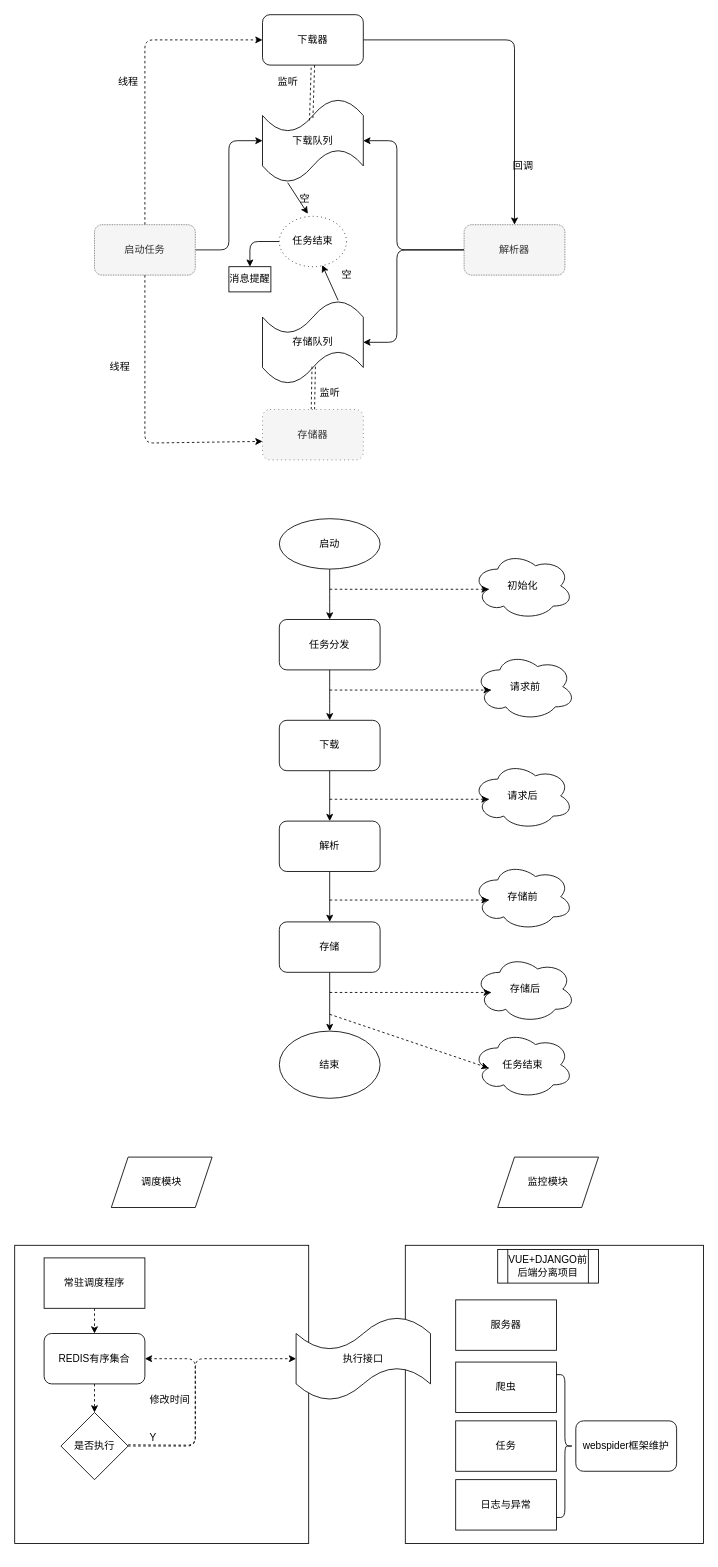
This is main.dio from python-spider-wsc/webspier, a draw.io file, before an edit. Source tidied: cells renumbered, new cells numbered last; positions are measured from the earlier drawing's top-left corner, leaving out a move shared by most shapes. Both pictures are drawn from the tidied source at 84%, with x=0, y=0 at pixel (14, 14).
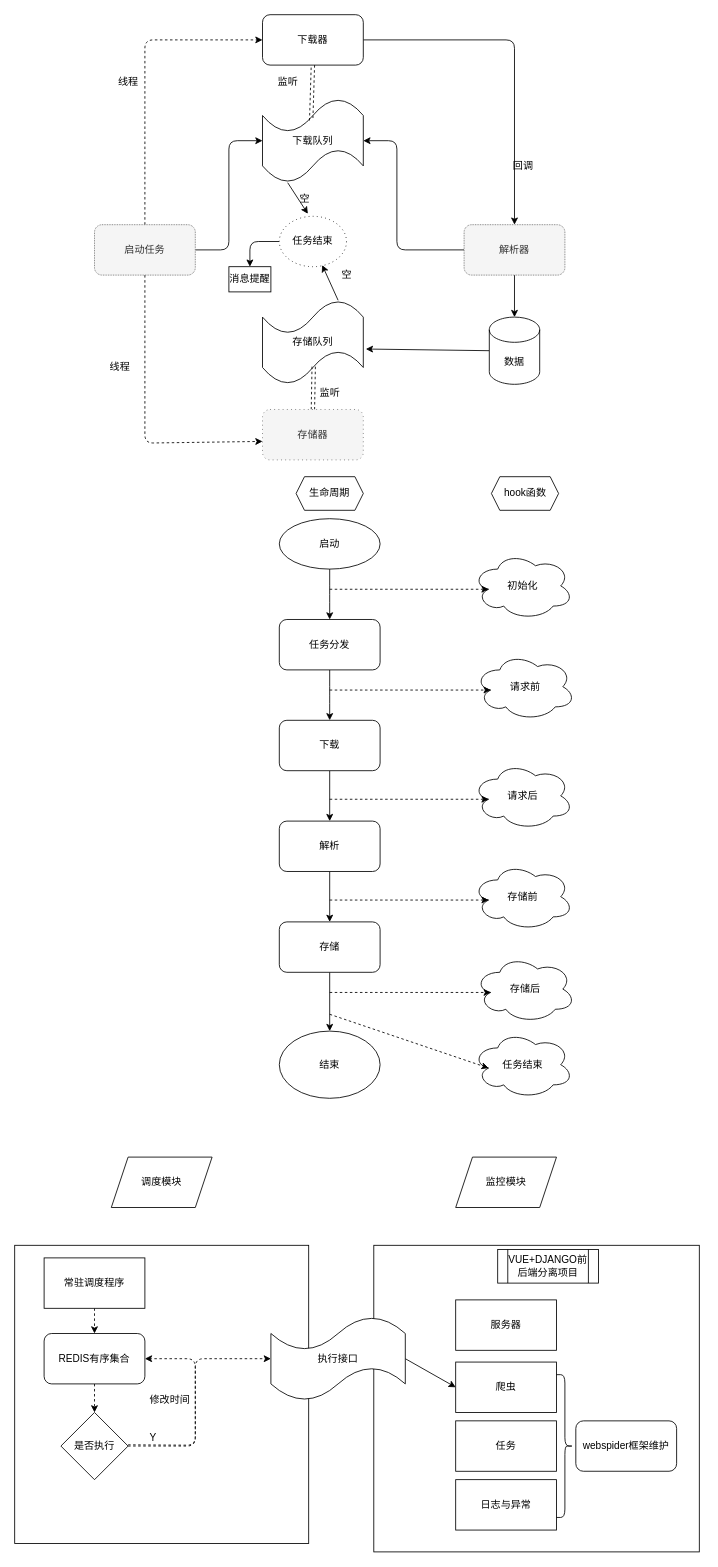
Above is the later version.

The change refers to these unchanged cells:
```xml
<mxCell id="7" value="存储队列" style="shape=tape;whiteSpace=wrap;html=1;" parent="1" vertex="1">
  <mxGeometry x="295" y="340" width="120" height="100" as="geometry" />
</mxCell>
<mxCell id="19" value="解析器" style="rounded=1;whiteSpace=wrap;html=1;dashed=1;dashPattern=1 1;fillColor=#f5f5f5;fontColor=#333333;strokeColor=#666666;" parent="1" vertex="1">
  <mxGeometry x="535" y="250" width="120" height="60" as="geometry" />
</mxCell>
<mxCell id="66" value="爬虫" style="rounded=0;whiteSpace=wrap;html=1;fillColor=#FFFFFF;" parent="1" vertex="1">
  <mxGeometry x="525" y="1604" width="120" height="60" as="geometry" />
</mxCell>
```

What changed in the source:
```diff
@@
     <mxCell id="2" style="whiteSpace=wrap;html=1;fillColor=#FFFFFF;" parent="1" vertex="1">
-      <mxGeometry x="465" y="1465" width="355" height="355" as="geometry" />
+      <mxGeometry x="427.5" y="1465" width="387.5" height="365" as="geometry" />
     </mxCell>
@@
-    <mxCell id="17" style="edgeStyle=none;html=1;entryX=1;entryY=0.5;entryDx=0;entryDy=0;entryPerimeter=0;exitX=0;exitY=0.5;exitDx=0;exitDy=0;" parent="1" edge="1" source="19" target="7">
-      <mxGeometry relative="1" as="geometry">
-        <Array as="points">
-          <mxPoint x="455" y="280" />
-          <mxPoint x="455" y="390" />
-        </Array>
-      </mxGeometry>
-    </mxCell>
@@
+    <mxCell id="72" style="edgeStyle=none;html=1;exitX=0.5;exitY=1;exitDx=0;exitDy=0;" parent="1" edge="1" source="19" target="75">
+      <mxGeometry relative="1" as="geometry" />
+    </mxCell>
@@
     <mxCell id="31" value="监控模块" style="shape=parallelogram;perimeter=parallelogramPerimeter;whiteSpace=wrap;html=1;fixedSize=1;fillColor=#FFFFFF;" parent="1" vertex="1">
-      <mxGeometry x="575" y="1360" width="120" height="60" as="geometry" />
+      <mxGeometry x="525" y="1360" width="120" height="60" as="geometry" />
     </mxCell>
@@
+    <mxCell id="73" style="edgeStyle=none;html=1;exitX=1;exitY=0.5;exitDx=0;exitDy=0;exitPerimeter=0;entryX=0;entryY=0.5;entryDx=0;entryDy=0;" parent="1" edge="1" source="64" target="66">
+      <mxGeometry relative="1" as="geometry" />
+    </mxCell>
     <mxCell id="64" value="执行接口" style="shape=tape;whiteSpace=wrap;html=1;fillColor=#FFFFFF;" parent="1" vertex="1">
-      <mxGeometry x="335" y="1550" width="160" height="100" as="geometry" />
+      <mxGeometry x="305" y="1550" width="160" height="100" as="geometry" />
     </mxCell>
@@
+    <mxCell id="74" style="edgeStyle=none;html=1;exitX=0;exitY=0.5;exitDx=0;exitDy=0;exitPerimeter=0;entryX=1.025;entryY=0.58;entryDx=0;entryDy=0;entryPerimeter=0;" parent="1" edge="1" source="75" target="7">
+      <mxGeometry relative="1" as="geometry" />
+    </mxCell>
+    <mxCell id="75" value="数据" style="shape=cylinder3;whiteSpace=wrap;html=1;boundedLbl=1;backgroundOutline=1;size=15;" parent="1" vertex="1">
+      <mxGeometry x="565" y="360" width="60" height="80" as="geometry" />
+    </mxCell>
+    <mxCell id="76" value="生命周期" style="shape=hexagon;perimeter=hexagonPerimeter2;whiteSpace=wrap;html=1;fixedSize=1;size=10;" parent="1" vertex="1">
+      <mxGeometry x="335" y="550" width="80" height="40" as="geometry" />
+    </mxCell>
+    <mxCell id="77" value="hook函数" style="shape=hexagon;perimeter=hexagonPerimeter2;whiteSpace=wrap;html=1;fixedSize=1;size=10;" parent="1" vertex="1">
+      <mxGeometry x="567.5" y="550" width="80" height="40" as="geometry" />
+    </mxCell>
```
